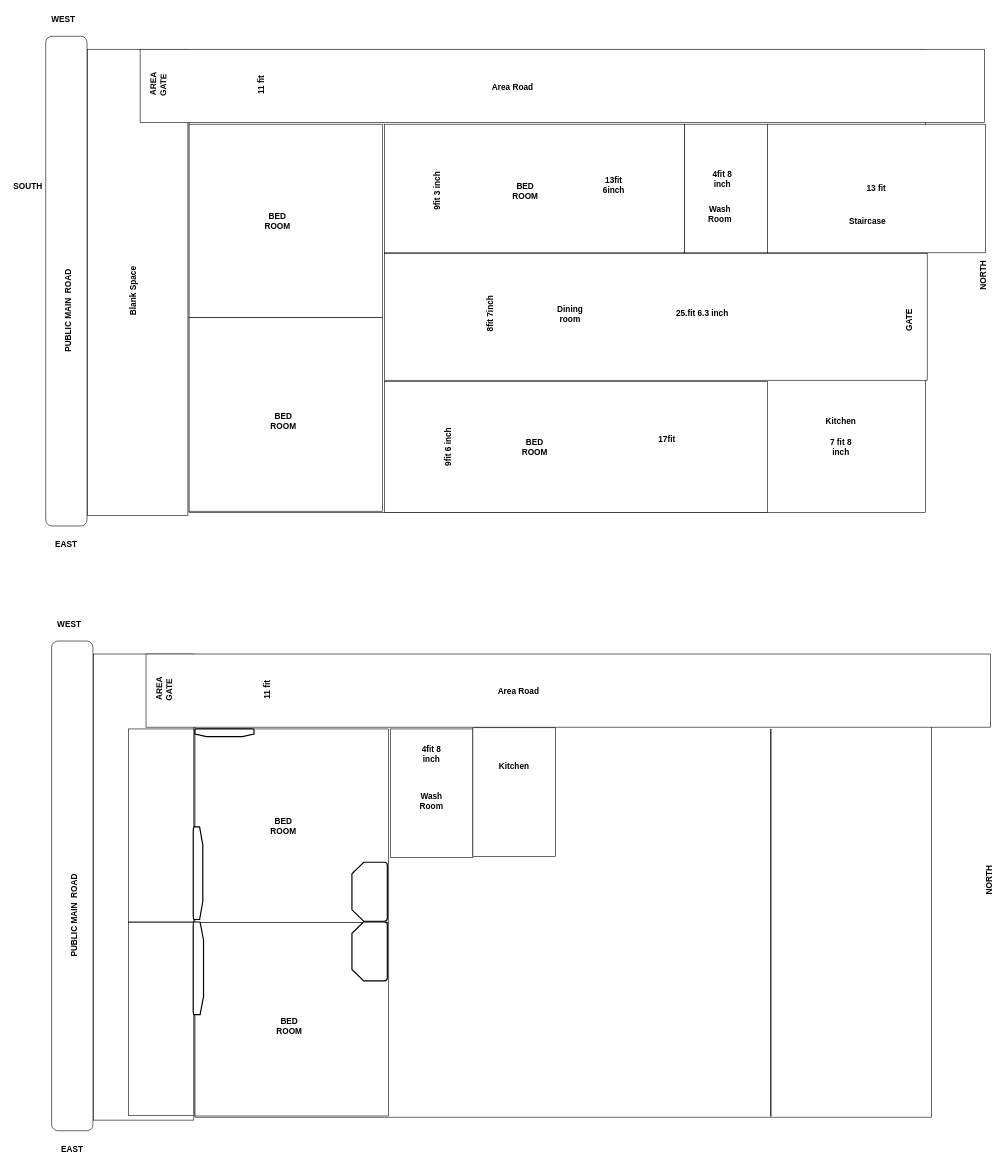
This is Untitled Diagram.drawio from yeasinalicse/demo, a draw.io file, before an edit. Source tidied: cells renumbered, new cells numbered last; positions are measured from the earlier drawing's top-left corner, leaving out a move shared by most shapes. Both pictures are drawn from the tidied source at 59%, with x=0, y=0 at pixel (-14, 10).
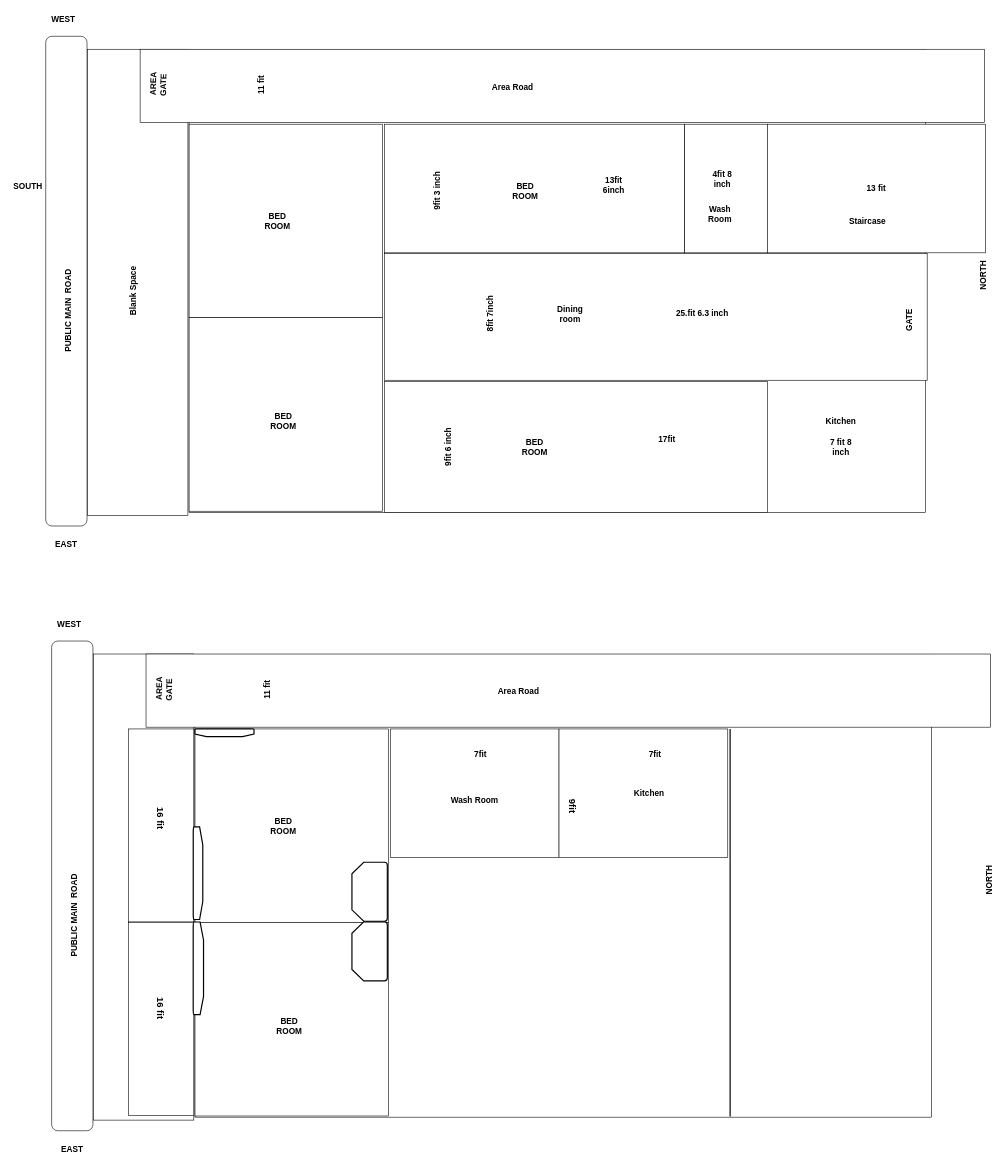
The same diagram, later.

Unchanged cells that the change refers to:
```xml
<mxCell id="41" style="group;" parent="1" vertex="1">
  <mxGeometry x="110" y="1025" width="1605" height="920" as="geometry" />
</mxCell>
```

Change to the diagram source:
```diff
@@
     <mxCell id="50" style="rounded=0;whiteSpace=wrap;html=1;fontSize=14;fontStyle=1;" parent="41" vertex="1">
-      <mxGeometry x="574" y="193" width="140" height="218" as="geometry" />
+      <mxGeometry x="574" y="193" width="286" height="218" as="geometry" />
     </mxCell>
-    <mxCell id="51" value="4fit 8 inch" style="text;html=1;align=center;verticalAlign=middle;whiteSpace=wrap;rounded=0;fontSize=14;fontStyle=1;" parent="41" vertex="1">
-      <mxGeometry x="614" y="230" width="60" height="12" as="geometry" />
+    <mxCell id="51" value="7fit" style="text;html=1;align=center;verticalAlign=middle;whiteSpace=wrap;rounded=0;fontSize=14;fontStyle=1;" parent="41" vertex="1">
+      <mxGeometry x="614" y="230" width="226" height="12" as="geometry" />
     </mxCell>
     <mxCell id="52" value="Wash Room" style="text;html=1;align=center;verticalAlign=middle;whiteSpace=wrap;rounded=0;fontSize=14;fontStyle=1;" parent="41" vertex="1">
-      <mxGeometry x="614" y="300" width="60" height="30" as="geometry" />
+      <mxGeometry x="639" y="299" width="156" height="30" as="geometry" />
     </mxCell>
@@
     <mxCell id="64" style="rounded=0;whiteSpace=wrap;html=1;fontSize=14;fontStyle=1;" parent="41" vertex="1">
-      <mxGeometry x="714" y="191" width="140" height="218" as="geometry" />
+      <mxGeometry x="860" y="193" width="286" height="218" as="geometry" />
     </mxCell>
@@
-    <mxCell id="66" value="Kitchen" style="text;html=1;align=center;verticalAlign=middle;whiteSpace=wrap;rounded=0;fontSize=14;fontStyle=1;" parent="41" vertex="1">
-      <mxGeometry x="754" y="242" width="60" height="30" as="geometry" />
-    </mxCell>
@@
     <mxCell id="70" style="line;strokeWidth=2;direction=south;html=1;" parent="41" vertex="1">
-      <mxGeometry x="1214" y="193" width="10" height="657" as="geometry" />
+      <mxGeometry x="1145" y="193" width="10" height="657" as="geometry" />
     </mxCell>
+    <mxCell id="71" value="16 fit" style="text;html=1;align=center;verticalAlign=middle;whiteSpace=wrap;rounded=0;fontStyle=1;fontSize=16;rotation=90;" parent="41" vertex="1">
+      <mxGeometry x="155.5" y="329" width="60" height="30" as="geometry" />
+    </mxCell>
+    <mxCell id="72" value="16 fit" style="text;html=1;align=center;verticalAlign=middle;whiteSpace=wrap;rounded=0;fontStyle=1;fontSize=16;rotation=90;" parent="41" vertex="1">
+      <mxGeometry x="155.5" y="651" width="60" height="30" as="geometry" />
+    </mxCell>
+    <mxCell id="66" value="Kitchen" style="text;html=1;align=center;verticalAlign=middle;whiteSpace=wrap;rounded=0;fontSize=14;fontStyle=1;" parent="41" vertex="1">
+      <mxGeometry x="983" y="287" width="60" height="30" as="geometry" />
+    </mxCell>
+    <mxCell id="73" value="7fit" style="text;html=1;align=center;verticalAlign=middle;whiteSpace=wrap;rounded=0;fontSize=14;fontStyle=1;" parent="41" vertex="1">
+      <mxGeometry x="910" y="230" width="226" height="12" as="geometry" />
+    </mxCell>
+    <mxCell id="74" value="9fit" style="text;html=1;align=center;verticalAlign=middle;whiteSpace=wrap;rounded=0;rotation=90;fontStyle=1;fontSize=16;" parent="41" vertex="1">
+      <mxGeometry x="853" y="309" width="60" height="30" as="geometry" />
+    </mxCell>
```
